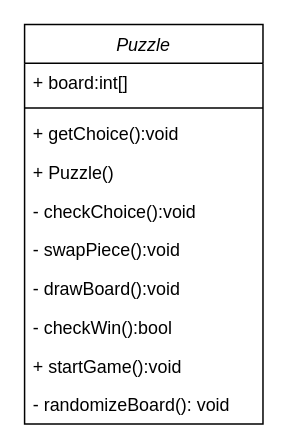
deeperj/rust keeps this draw.io diagram as schema/puzzle class.drawio. Above is the earlier version. Source tidied: cells renumbered, new cells numbered last; positions are measured from the earlier drawing's top-left corner, leaving out a move shared by most shapes. Both pictures are drawn from the tidied source at 149%, with x=0, y=0 at pixel (24, 24).
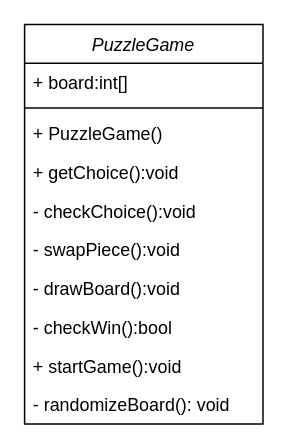
After the change.

Diff of the diagram source:
```diff
@@
 <mxGraphModel>
   <root>
     <mxCell id="0" />
     <mxCell id="1" parent="0" />
-    <mxCell id="2" value="Puzzle" style="swimlane;fontStyle=2;align=center;verticalAlign=top;horizontal=1;startSize=26;rounded=0;shadow=0;strokeWidth=1;" parent="1" vertex="1">
+    <mxCell id="2" value="PuzzleGame" style="swimlane;fontStyle=2;align=center;verticalAlign=top;horizontal=1;startSize=26;rounded=0;shadow=0;strokeWidth=1;" parent="1" vertex="1">
       <mxGeometry width="160" height="268" as="geometry" />
     </mxCell>
     <mxCell id="3" value="+ board:int[]" style="text;align=left;verticalAlign=top;spacingLeft=4;spacingRight=4;overflow=hidden;" parent="2" vertex="1">
       <mxGeometry y="26" width="160" height="26" as="geometry" />
     </mxCell>
     <mxCell id="4" style="line;html=1;strokeWidth=1;align=left;verticalAlign=middle;spacingTop=-1;spacingLeft=3;spacingRight=3;labelPosition=right;" parent="2" vertex="1">
       <mxGeometry y="52" width="160" height="8" as="geometry" />
     </mxCell>
+    <mxCell id="6" value="+ PuzzleGame()" style="text;align=left;verticalAlign=top;spacingLeft=4;spacingRight=4;overflow=hidden;rounded=0;shadow=0;html=0;" parent="2" vertex="1">
+      <mxGeometry y="60" width="160" height="26" as="geometry" />
+    </mxCell>
     <mxCell id="5" value="+ getChoice():void" style="text;align=left;verticalAlign=top;spacingLeft=4;spacingRight=4;overflow=hidden;rounded=0;shadow=0;html=0;" parent="2" vertex="1">
-      <mxGeometry y="60" width="160" height="26" as="geometry" />
+      <mxGeometry y="86" width="160" height="26" as="geometry" />
     </mxCell>
-    <mxCell id="6" value="+ Puzzle()" style="text;align=left;verticalAlign=top;spacingLeft=4;spacingRight=4;overflow=hidden;rounded=0;shadow=0;html=0;" parent="2" vertex="1">
-      <mxGeometry y="86" width="160" height="26" as="geometry" />
-    </mxCell>
     <mxCell id="7" value="- checkChoice():void" style="text;align=left;verticalAlign=top;spacingLeft=4;spacingRight=4;overflow=hidden;" parent="2" vertex="1">
       <mxGeometry y="112" width="160" height="26" as="geometry" />
     </mxCell>
     <mxCell id="8" value="- swapPiece():void" style="text;align=left;verticalAlign=top;spacingLeft=4;spacingRight=4;overflow=hidden;" parent="2" vertex="1">
       <mxGeometry y="138" width="160" height="26" as="geometry" />
     </mxCell>
     <mxCell id="9" value="- drawBoard():void" style="text;align=left;verticalAlign=top;spacingLeft=4;spacingRight=4;overflow=hidden;" parent="2" vertex="1">
       <mxGeometry y="164" width="160" height="26" as="geometry" />
     </mxCell>
     <mxCell id="10" value="- checkWin():bool" style="text;align=left;verticalAlign=top;spacingLeft=4;spacingRight=4;overflow=hidden;" parent="2" vertex="1">
       <mxGeometry y="190" width="160" height="26" as="geometry" />
     </mxCell>
     <mxCell id="11" value="+ startGame():void" style="text;align=left;verticalAlign=top;spacingLeft=4;spacingRight=4;overflow=hidden;" parent="2" vertex="1">
       <mxGeometry y="216" width="160" height="26" as="geometry" />
     </mxCell>
     <mxCell id="12" value="- randomizeBoard(): void" style="text;align=left;verticalAlign=top;spacingLeft=4;spacingRight=4;overflow=hidden;" parent="2" vertex="1">
       <mxGeometry y="242" width="160" height="26" as="geometry" />
     </mxCell>
   </root>
 </mxGraphModel>
```
